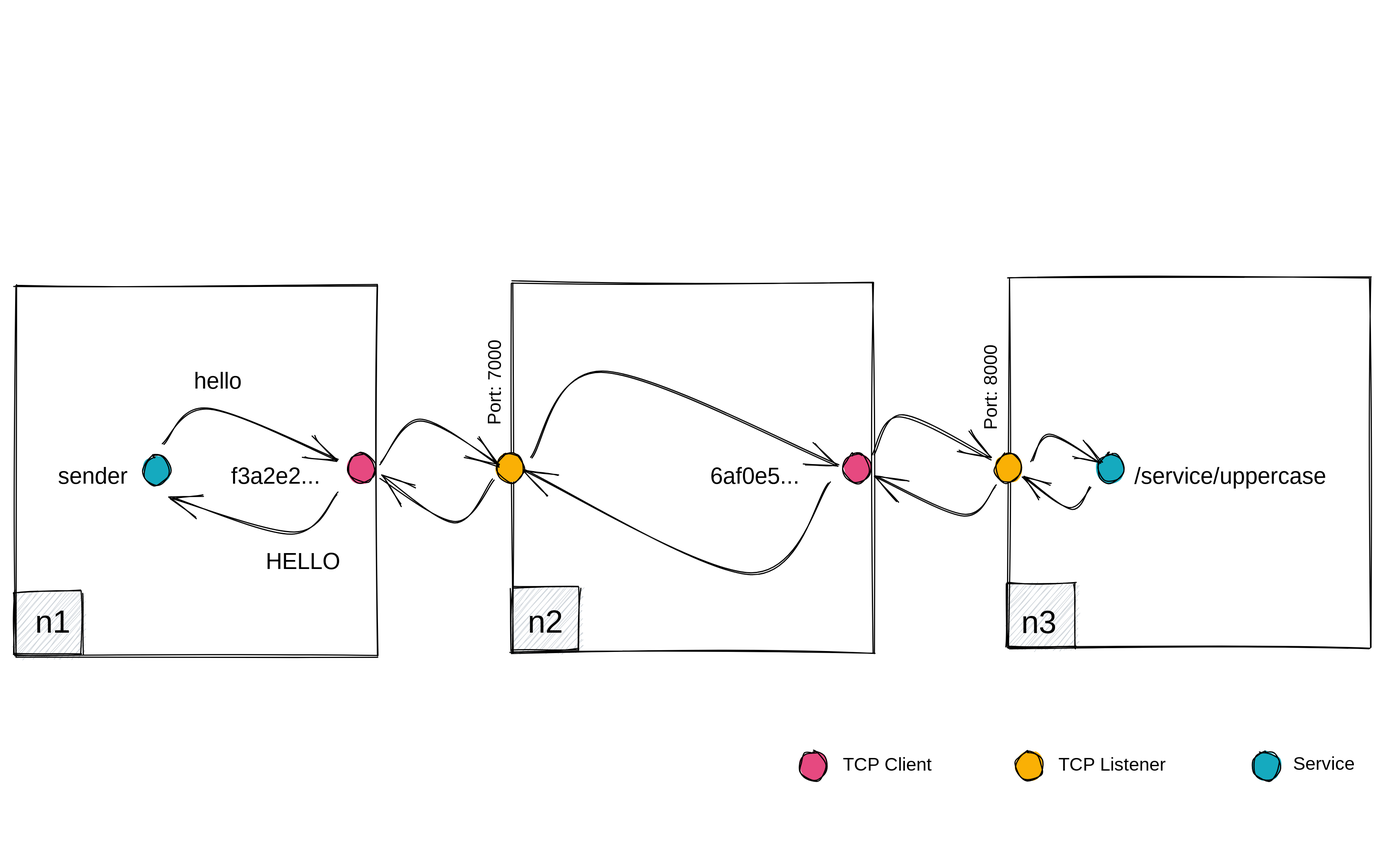
Before: .gitbook/assets/file.excalidraw (1).svg, a diagram exported from Excalidraw (build-trust/ockam-documentation). Source tidied: one line per element, renumbered; positions are measured from the earlier drawing's top-left corner, leaving out a move shared by most shapes.
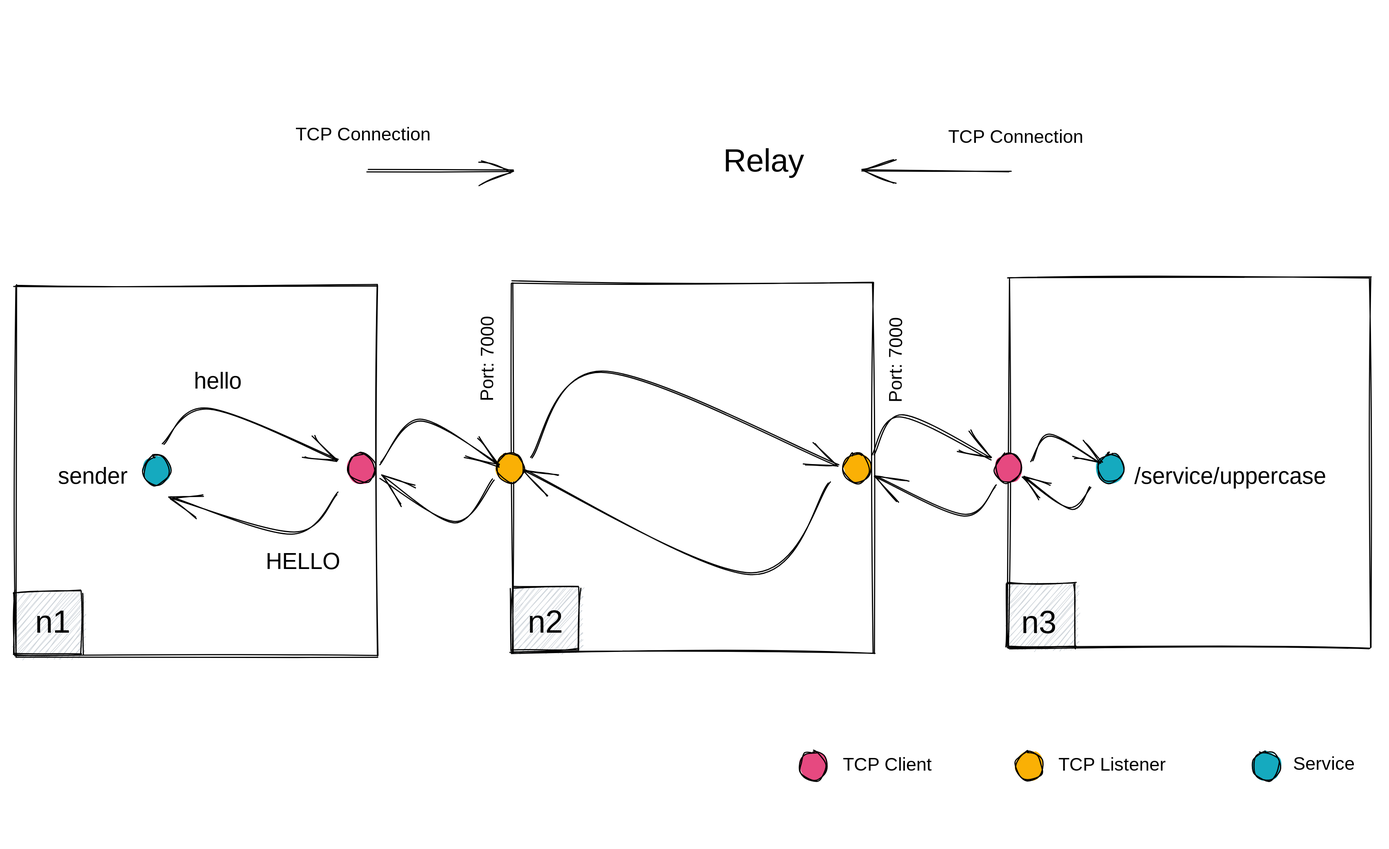
After the change.

Commit message:
GITBOOK-1037: change request with no subject merged in GitBook

Change to the diagram source:
```diff
@@ -5,13 +5,13 @@
 {"id": 4, "type": "rectangle", "strokeColor": "#000000", "strokeWidth": 1, "roughness": 1, "x": 873, "y": 233, "width": 316, "height": 324}
 {"id": 5, "type": "text", "text": "/service/uppercase", "strokeColor": "#000000", "strokeWidth": 1, "roughness": 1, "fontSize": 20, "fontFamily": 1, "x": 982, "y": 395, "width": 184, "height": 25}
 {"id": 6, "type": "ellipse", "strokeColor": "#000000", "backgroundColor": "#15aabf", "fillStyle": "solid", "strokeWidth": 1, "roughness": 1, "round": true, "x": 950, "y": 387, "width": 23, "height": 25}
-{"id": 7, "type": "ellipse", "strokeColor": "#000000", "backgroundColor": "#fab005", "fillStyle": "solid", "strokeWidth": 1, "roughness": 1, "round": true, "x": 861, "y": 387, "width": 23, "height": 25}
+{"id": 7, "type": "ellipse", "strokeColor": "#000000", "backgroundColor": "#e64980", "fillStyle": "solid", "strokeWidth": 1, "roughness": 1, "round": true, "x": 861, "y": 387, "width": 23, "height": 25}
-{"id": 8, "type": "text", "text": "Port: 8000", "strokeColor": "#000000", "angle": 4.72, "strokeWidth": 1, "roughness": 1, "fontSize": 16, "fontFamily": 1, "x": 811, "y": 308, "width": 95, "height": 20}
+{"id": 8, "type": "text", "text": "Port: 7000", "strokeColor": "#000000", "angle": 4.72, "strokeWidth": 1, "roughness": 1, "fontSize": 16, "fontFamily": 1, "x": 730, "y": 286, "width": 91, "height": 20}
 {"id": 9, "type": "rectangle", "strokeColor": "#000000", "strokeWidth": 1, "roughness": 1, "x": 438, "y": 237, "width": 316, "height": 324}
 {"id": 10, "type": "rectangle", "strokeColor": "#000000", "strokeWidth": 1, "roughness": 1, "x": 3, "y": 240, "width": 316, "height": 324}
-{"id": 11, "type": "text", "text": "Port: 7000", "strokeColor": "#000000", "angle": 4.72, "strokeWidth": 1, "roughness": 1, "fontSize": 16, "fontFamily": 1, "x": 379, "y": 306, "width": 91, "height": 20}
+{"id": 11, "type": "text", "text": "Port: 7000", "strokeColor": "#000000", "angle": 4.72, "strokeWidth": 1, "roughness": 1, "fontSize": 16, "fontFamily": 1, "x": 372, "y": 286, "width": 91, "height": 20}
 {"id": 12, "type": "ellipse", "strokeColor": "#000000", "backgroundColor": "#fab005", "fillStyle": "solid", "strokeWidth": 1, "roughness": 1, "round": true, "x": 425, "y": 387, "width": 23, "height": 25}
-{"id": 13, "type": "ellipse", "strokeColor": "#000000", "backgroundColor": "#e64980", "fillStyle": "solid", "strokeWidth": 1, "roughness": 1, "round": true, "x": 728, "y": 387, "width": 23, "height": 25}
+{"id": 13, "type": "ellipse", "strokeColor": "#000000", "backgroundColor": "#fab005", "fillStyle": "solid", "strokeWidth": 1, "roughness": 1, "round": true, "x": 728, "y": 387, "width": 23, "height": 25}
 {"id": 14, "type": "ellipse", "strokeColor": "#000000", "backgroundColor": "#e64980", "fillStyle": "solid", "strokeWidth": 1, "roughness": 1, "round": true, "x": 295, "y": 387, "width": 23, "height": 25}
 {"id": 15, "type": "ellipse", "strokeColor": "#000000", "backgroundColor": "#e64980", "fillStyle": "solid", "strokeWidth": 1, "roughness": 1, "round": true, "x": 690, "y": 648, "width": 23, "height": 25}
 {"id": 16, "type": "text", "text": "TCP Client", "strokeColor": "#000000", "strokeWidth": 1, "roughness": 1, "fontSize": 16, "fontFamily": 1, "x": 727, "y": 650, "width": 87, "height": 20}
@@ -25,17 +25,20 @@
 {"id": 24, "type": "arrow", "strokeColor": "#000000", "strokeWidth": 1, "roughness": 1, "endArrowhead": "arrow", "round": true, "from": 12, "to": 13, "x": 455, "y": 390, "width": 269, "height": 81, "points": [[0, 0], [62, -74], [269, 7]]}
 {"id": 25, "type": "arrow", "strokeColor": "#000000", "strokeWidth": 1, "roughness": 1, "endArrowhead": "arrow", "round": true, "from": 6, "to": 7, "x": 943, "y": 416, "width": 57, "height": 26, "points": [[0, 0], [-18, 18], [-57, -8]]}
 {"id": 26, "type": "arrow", "strokeColor": "#000000", "strokeWidth": 1, "roughness": 1, "endArrowhead": "arrow", "round": true, "from": 7, "to": 13, "x": 861, "y": 415, "width": 106, "height": 33, "points": [[0, 0], [-27, 25], [-106, -8]]}
-{"id": 27, "type": "arrow", "strokeColor": "#000000", "strokeWidth": 1, "roughness": 1, "endArrowhead": "arrow", "round": true, "from": 38, "to": 12, "x": 715, "y": 413, "width": 265, "height": 90, "points": [[0, 0], [-69, 79], [-265, -11]]}
+{"id": 27, "type": "arrow", "strokeColor": "#000000", "strokeWidth": 1, "roughness": 1, "endArrowhead": "arrow", "round": true, "to": 12, "x": 715, "y": 413, "width": 265, "height": 90, "points": [[0, 0], [-69, 79], [-265, -11]]}
 {"id": 28, "type": "arrow", "strokeColor": "#000000", "strokeWidth": 1, "roughness": 1, "endArrowhead": "arrow", "round": true, "from": 12, "to": 14, "x": 422, "y": 410, "width": 99, "height": 39, "points": [[0, 0], [-35, 37], [-99, -2]]}
-{"id": 29, "type": "arrow", "strokeColor": "#000000", "strokeWidth": 1, "roughness": 1, "endArrowhead": "arrow", "round": true, "from": 39, "to": 37, "x": 133, "y": 378, "width": 152, "height": 44, "points": [[0, 0], [38, -30], [152, 14]]}
+{"id": 29, "type": "arrow", "strokeColor": "#000000", "strokeWidth": 1, "roughness": 1, "endArrowhead": "arrow", "round": true, "from": 39, "x": 133, "y": 378, "width": 152, "height": 44, "points": [[0, 0], [38, -30], [152, 14]]}
-{"id": 30, "type": "arrow", "strokeColor": "#000000", "strokeWidth": 1, "roughness": 1, "endArrowhead": "arrow", "round": true, "from": 37, "to": 39, "x": 285, "y": 421, "width": 145, "height": 36, "points": [[0, 0], [-38, 36], [-145, 4]]}
+{"id": 30, "type": "arrow", "strokeColor": "#000000", "strokeWidth": 1, "roughness": 1, "endArrowhead": "arrow", "round": true, "to": 39, "x": 285, "y": 421, "width": 145, "height": 36, "points": [[0, 0], [-38, 36], [-145, 4]]}
 {"id": 31, "type": "text", "text": "n1", "strokeColor": "#000000", "strokeWidth": 1, "roughness": 1, "fontSize": 28, "fontFamily": 1, "x": 21, "y": 518, "width": 23, "height": 36}
 {"id": 32, "type": "text", "text": "n2", "strokeColor": "#000000", "strokeWidth": 1, "roughness": 1, "fontSize": 28, "fontFamily": 1, "x": 452, "y": 518, "width": 35, "height": 36}
 {"id": 33, "type": "text", "text": "n3", "strokeColor": "#000000", "strokeWidth": 1, "roughness": 1, "fontSize": 28, "fontFamily": 1, "x": 883, "y": 519, "width": 34, "height": 36}
 {"id": 34, "type": "text", "text": "hello", "strokeColor": "#000000", "strokeWidth": 1, "roughness": 1, "fontSize": 20, "fontFamily": 1, "x": 160, "y": 312, "width": 44, "height": 25}
 {"id": 35, "type": "text", "text": "HELLO", "strokeColor": "#000000", "strokeWidth": 1, "roughness": 1, "fontSize": 20, "fontFamily": 1, "x": 223, "y": 470, "width": 65, "height": 25}
 {"id": 36, "type": "text", "text": "rr", "strokeColor": "transparent", "strokeWidth": 1, "roughness": 1, "fontSize": 20, "fontFamily": 1, "x": 494, "y": 57, "width": 19, "height": 25}
-{"id": 37, "type": "text", "text": "f3a2e2...", "strokeColor": "#000000", "strokeWidth": 1, "roughness": 1, "fontSize": 20, "fontFamily": 1, "x": 192, "y": 395, "width": 95, "height": 25}
-{"id": 38, "type": "text", "text": "6af0e5...", "strokeColor": "#000000", "strokeWidth": 1, "roughness": 1, "fontSize": 20, "fontFamily": 1, "x": 611, "y": 395, "width": 91, "height": 25}
 {"id": 39, "type": "ellipse", "strokeColor": "#000000", "backgroundColor": "#15aabf", "fillStyle": "solid", "strokeWidth": 1, "roughness": 1, "round": true, "x": 115, "y": 389, "width": 23, "height": 25}
 {"id": 40, "type": "text", "text": "sender", "strokeColor": "#000000", "strokeWidth": 1, "roughness": 1, "fontSize": 20, "fontFamily": 1, "x": 41, "y": 395, "width": 64, "height": 25}
+{"id": 41, "type": "arrow", "strokeColor": "#000000", "backgroundColor": "#e64980", "fillStyle": "hachure", "strokeWidth": 1, "roughness": 1, "endArrowhead": "arrow", "round": true, "x": 873, "y": 139, "width": 128, "height": 0, "points": [[0, 0], [-128, 0]]}
+{"id": 42, "type": "arrow", "strokeColor": "#000000", "backgroundColor": "#e64980", "fillStyle": "hachure", "strokeWidth": 1, "roughness": 1, "endArrowhead": "arrow", "round": true, "x": 312, "y": 139, "width": 126, "height": 0, "points": [[0, 0], [126, 0]]}
+{"id": 43, "type": "text", "text": "Relay", "strokeColor": "#000000", "backgroundColor": "#e64980", "fillStyle": "hachure", "strokeWidth": 1, "roughness": 1, "fontSize": 28, "fontFamily": 1, "x": 623, "y": 115, "width": 75, "height": 36}
+{"id": 44, "type": "text", "text": "TCP Connection", "strokeColor": "#000000", "backgroundColor": "#e64980", "fillStyle": "hachure", "strokeWidth": 1, "roughness": 1, "fontSize": 16, "fontFamily": 1, "x": 248, "y": 99, "width": 124, "height": 20}
+{"id": 45, "type": "text", "text": "TCP Connection", "strokeColor": "#000000", "backgroundColor": "#e64980", "fillStyle": "hachure", "strokeWidth": 1, "roughness": 1, "fontSize": 16, "fontFamily": 1, "x": 820, "y": 101, "width": 124, "height": 20}
```
